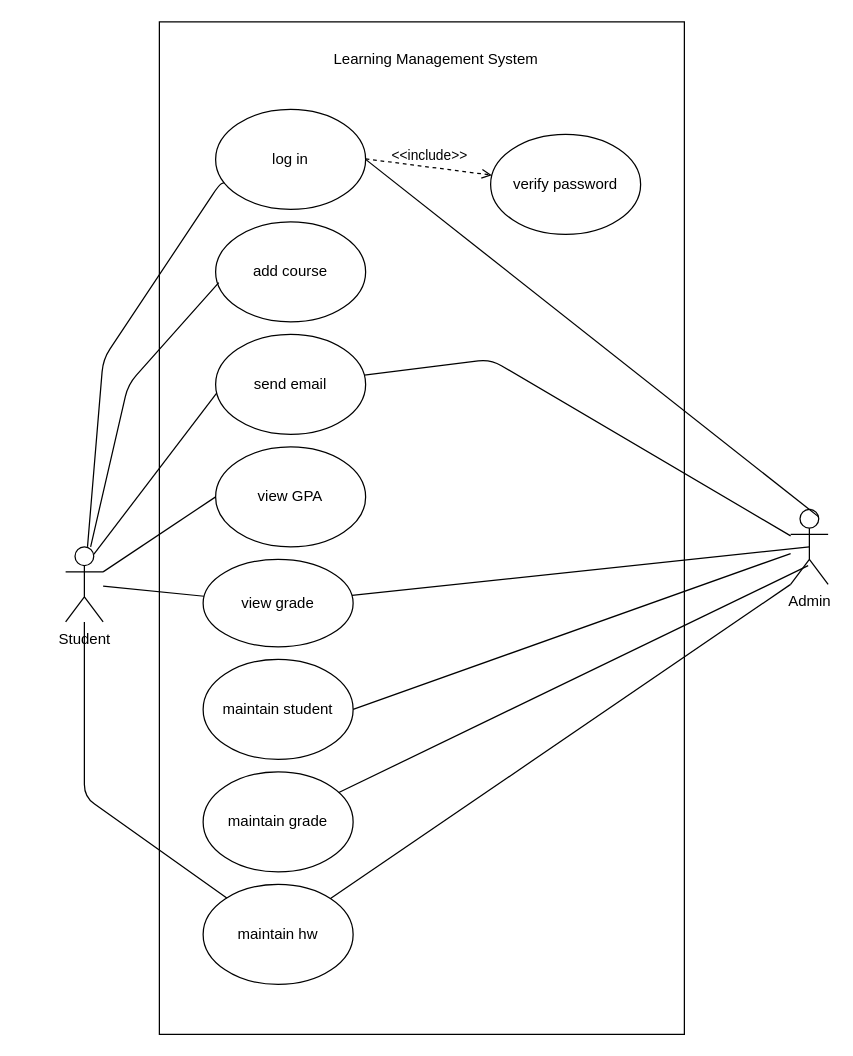
Earlier version of the draw.io diagram Untitled Diagram.drawio (haris8/use_case). Source tidied: cells renumbered, new cells numbered last; positions are measured from the earlier drawing's top-left corner, leaving out a move shared by most shapes. Both pictures are drawn from the tidied source at 125%, with x=0, y=0 at pixel (65, 21).
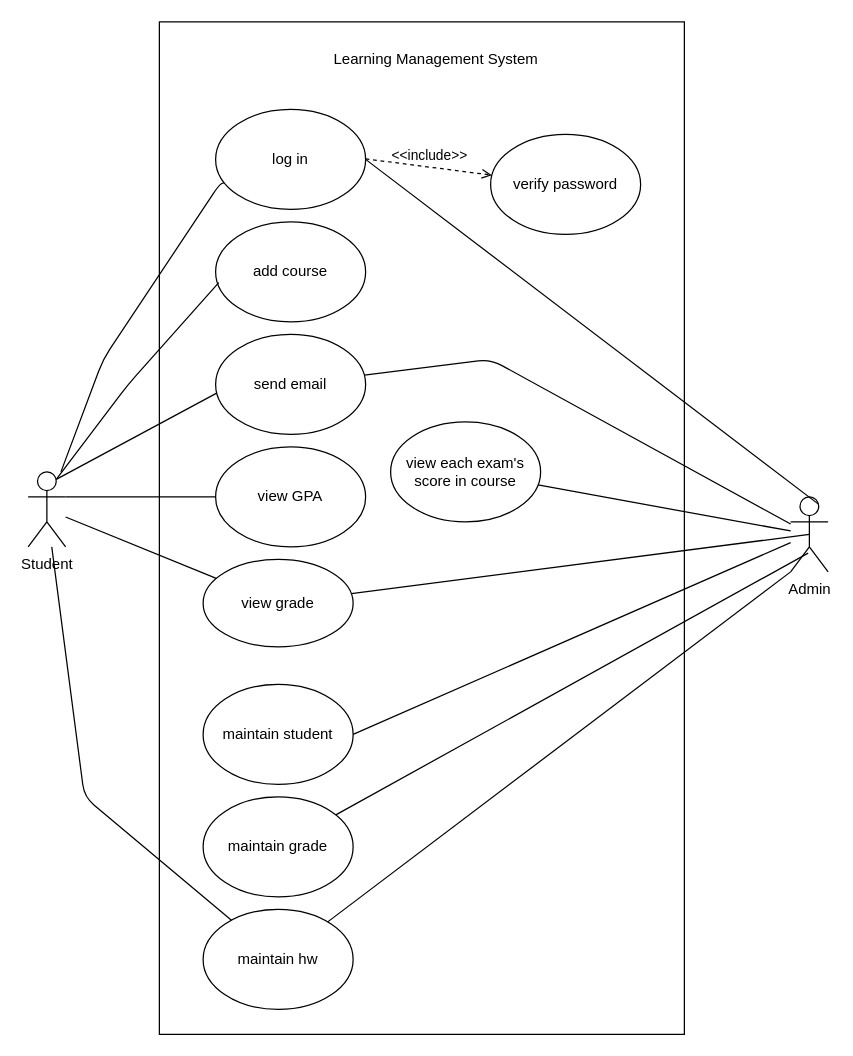
Above is the later version.

The change refers to these unchanged cells:
```xml
<mxCell id="4" value="add course" style="ellipse;whiteSpace=wrap;html=1;" parent="1" vertex="1">
  <mxGeometry x="120" y="160" width="120" height="80" as="geometry" />
</mxCell>
```

The edit, as a diff of the source:
```diff
@@
     <mxCell id="8" value="maintain hw" style="ellipse;whiteSpace=wrap;html=1;" parent="1" vertex="1">
-      <mxGeometry x="110" y="690" width="120" height="80" as="geometry" />
+      <mxGeometry x="110" y="710" width="120" height="80" as="geometry" />
     </mxCell>
     <mxCell id="9" value="maintain student" style="ellipse;whiteSpace=wrap;html=1;" parent="1" vertex="1">
-      <mxGeometry x="110" y="510" width="120" height="80" as="geometry" />
+      <mxGeometry x="110" y="530" width="120" height="80" as="geometry" />
     </mxCell>
     <mxCell id="10" value="Admin" style="shape=umlActor;verticalLabelPosition=bottom;labelBackgroundColor=#ffffff;verticalAlign=top;html=1;outlineConnect=0;" parent="1" vertex="1">
-      <mxGeometry x="580" y="390" width="30" height="60" as="geometry" />
+      <mxGeometry x="580" y="380" width="30" height="60" as="geometry" />
     </mxCell>
@@
     <mxCell id="12" value="maintain grade" style="ellipse;whiteSpace=wrap;html=1;" parent="1" vertex="1">
-      <mxGeometry x="110" y="600" width="120" height="80" as="geometry" />
+      <mxGeometry x="110" y="620" width="120" height="80" as="geometry" />
     </mxCell>
     <mxCell id="13" value="Student" style="shape=umlActor;verticalLabelPosition=bottom;labelBackgroundColor=#ffffff;verticalAlign=top;html=1;outlineConnect=0;" parent="1" vertex="1">
-      <mxGeometry y="420" width="30" height="60" as="geometry" />
+      <mxGeometry x="-30" y="360" width="30" height="60" as="geometry" />
     </mxCell>
@@
-    <mxCell id="19" style="endArrow=none;html=1;entryX=0.021;entryY=0.608;entryDx=0;entryDy=0;entryPerimeter=0;" parent="1" edge="1" target="4">
+    <mxCell id="19" style="endArrow=none;html=1;entryX=0.021;entryY=0.608;entryDx=0;entryDy=0;entryPerimeter=0;exitX=0.75;exitY=0.1;exitDx=0;exitDy=0;exitPerimeter=0;" parent="1" edge="1" source="13" target="4">
       <mxGeometry relative="1" as="geometry">
-        <mxPoint x="20" y="420" as="sourcePoint" />
         <Array as="points">
           <mxPoint x="50" y="290" />
         </Array>
       </mxGeometry>
     </mxCell>
@@
+    <mxCell id="28" value="view each exam's score in course" style="ellipse;whiteSpace=wrap;html=1;" parent="1" vertex="1">
+      <mxGeometry x="260" y="320" width="120" height="80" as="geometry" />
+    </mxCell>
+    <mxCell id="29" style="endArrow=none;html=1;" parent="1" edge="1" source="28" target="10">
+      <mxGeometry relative="1" as="geometry" />
+    </mxCell>
```
